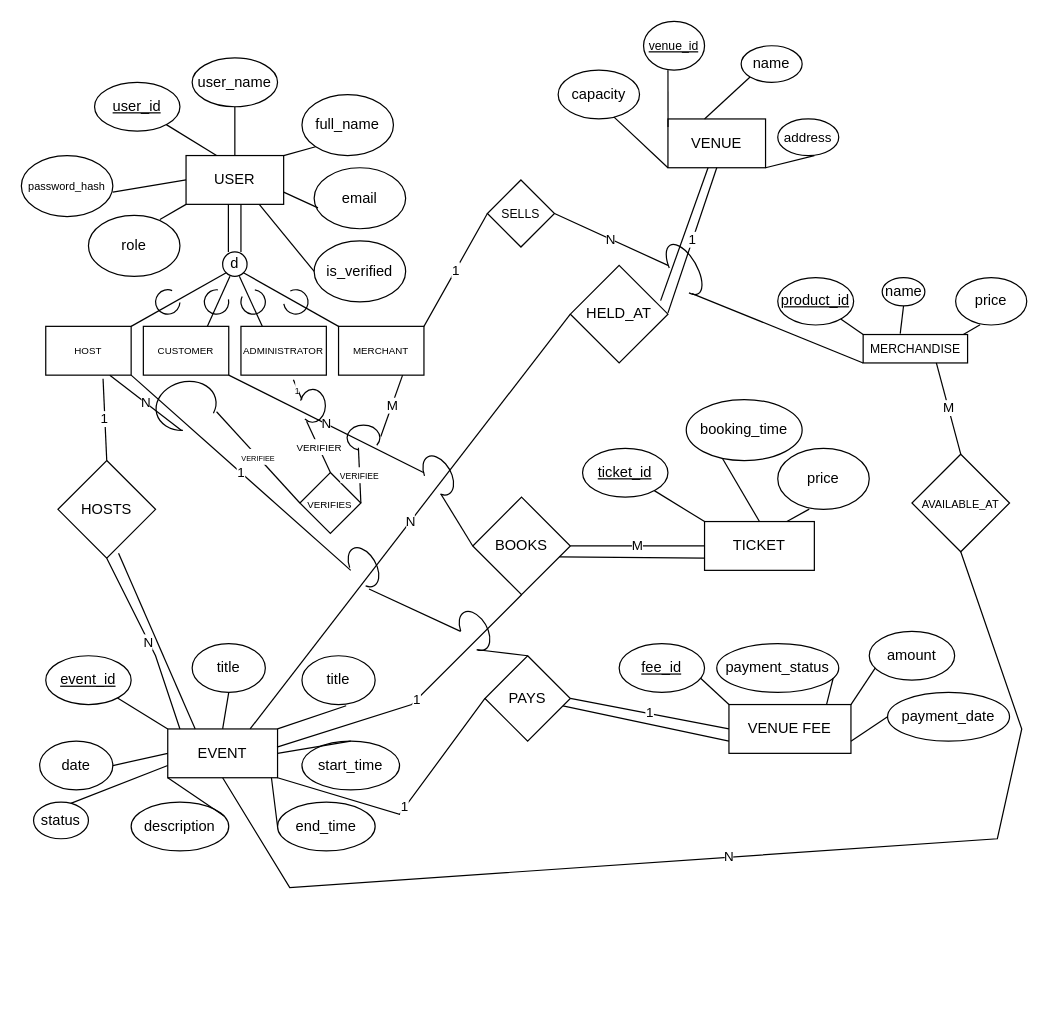
This is EER Diagram.drawio from lEVI2889/Cse-370, a draw.io file, before an edit. Source tidied: cells renumbered, new cells numbered last; positions are measured from the earlier drawing's top-left corner, leaving out a move shared by most shapes. Both pictures are drawn from the tidied source at 122%, with x=0, y=0 at pixel (21, 21).
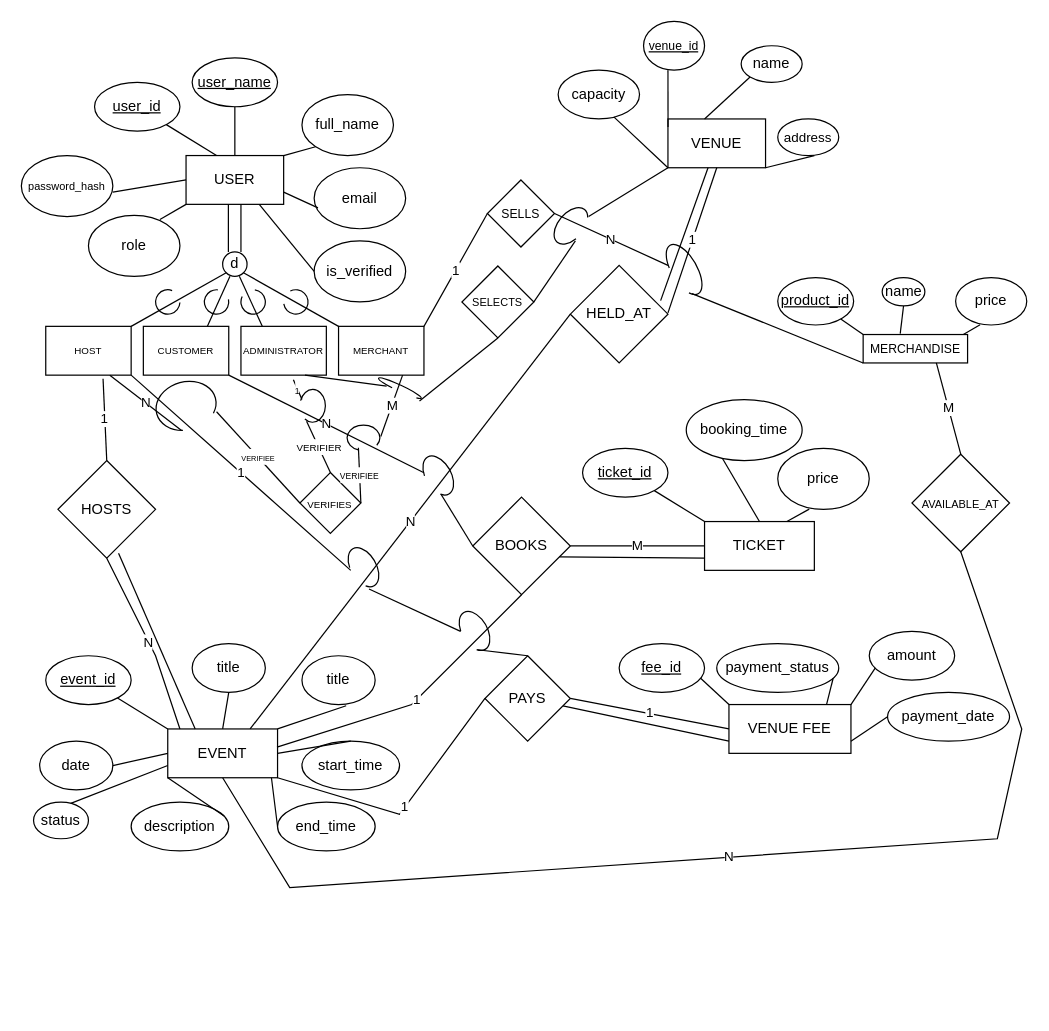
Above is the later version.

The change refers to these unchanged cells:
```xml
<mxCell id="5" value="ADMINISTRATOR" style="rounded=0;whiteSpace=wrap;html=1;fontSize=8;" parent="1" vertex="1">
  <mxGeometry x="180" y="250" width="70" height="40" as="geometry" />
</mxCell>
```

Change to the diagram source:
```diff
@@
-    <mxCell id="15" value="user_name" style="ellipse;whiteSpace=wrap;html=1;fontStyle=0;" parent="1" vertex="1">
+    <mxCell id="15" value="user_name" style="ellipse;whiteSpace=wrap;html=1;fontStyle=4;" parent="1" vertex="1">
       <mxGeometry x="140" y="30" width="70" height="40" as="geometry" />
     </mxCell>
@@
+    <mxCell id="125" style="verticalLabelPosition=bottom;verticalAlign=top;html=1;shape=mxgraph.basic.arc;startAngle=0.3;endAngle=0.1;rotation=115;" parent="1" vertex="1">
+      <mxGeometry x="307.8" y="281.4" width="5" height="38.6" as="geometry" />
+    </mxCell>
+    <mxCell id="126" style="endArrow=none;html=1;rounded=0;exitX=0.75;exitY=1;exitDx=0;exitDy=0;entryX=1.113;entryY=0.774;entryDx=0;entryDy=0;entryPerimeter=0;" parent="1" edge="1" source="5" target="125">
+      <mxGeometry relative="1" as="geometry" />
+    </mxCell>
+    <mxCell id="127" value="&lt;font style=&quot;font-size: 9px;&quot;&gt;SELECTS&lt;/font&gt;" style="rhombus;whiteSpace=wrap;html=1;" parent="1" vertex="1">
+      <mxGeometry x="361.1" y="200.5" width="59" height="59" as="geometry" />
+    </mxCell>
+    <mxCell id="128" style="endArrow=none;html=1;rounded=0;exitX=1.041;exitY=0.008;exitDx=0;exitDy=0;exitPerimeter=0;entryX=0.5;entryY=1;entryDx=0;entryDy=0;" parent="1" edge="1" source="125" target="127">
+      <mxGeometry relative="1" as="geometry" />
+    </mxCell>
+    <mxCell id="129" style="verticalLabelPosition=bottom;verticalAlign=top;html=1;shape=mxgraph.basic.arc;startAngle=0.3;endAngle=0.1;rotation=40;" parent="1" vertex="1">
+      <mxGeometry x="440" y="150.2" width="20.9" height="34.9" as="geometry" />
+    </mxCell>
+    <mxCell id="130" style="endArrow=none;html=1;rounded=0;entryX=1.014;entryY=0.703;entryDx=0;entryDy=0;entryPerimeter=0;" parent="1" edge="1" target="129">
+      <mxGeometry relative="1" as="geometry">
+        <mxPoint x="420.1" y="230" as="sourcePoint" />
+      </mxGeometry>
+    </mxCell>
+    <mxCell id="131" style="endArrow=none;html=1;rounded=0;" parent="1" edge="1">
+      <mxGeometry relative="1" as="geometry">
+        <mxPoint x="465" y="160" as="sourcePoint" />
+        <mxPoint x="530" y="120" as="targetPoint" />
+      </mxGeometry>
+    </mxCell>
```
